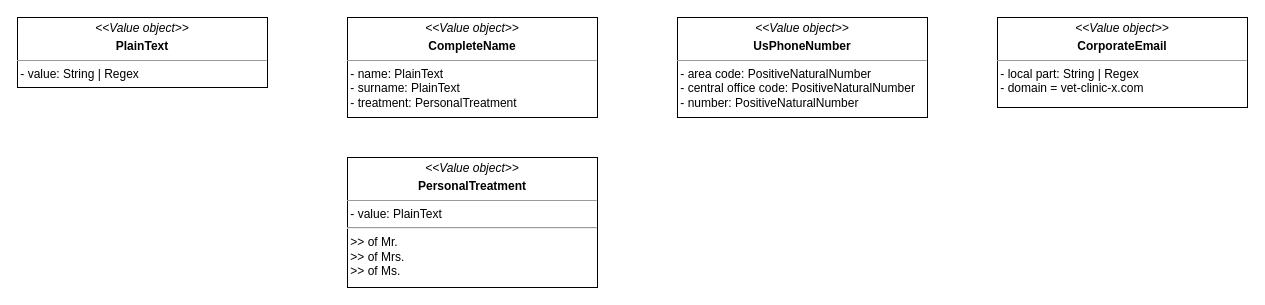
Earlier version of the draw.io diagram doc/peikcad-live_vet-clinic-x_shared-domain.drawio (peikcad-live/vet-clinic-x). Source tidied: cells renumbered, new cells numbered last; positions are measured from the earlier drawing's top-left corner, leaving out a move shared by most shapes. Both pictures are drawn from the tidied source at 100%, with x=0, y=0 at pixel (17, 17).
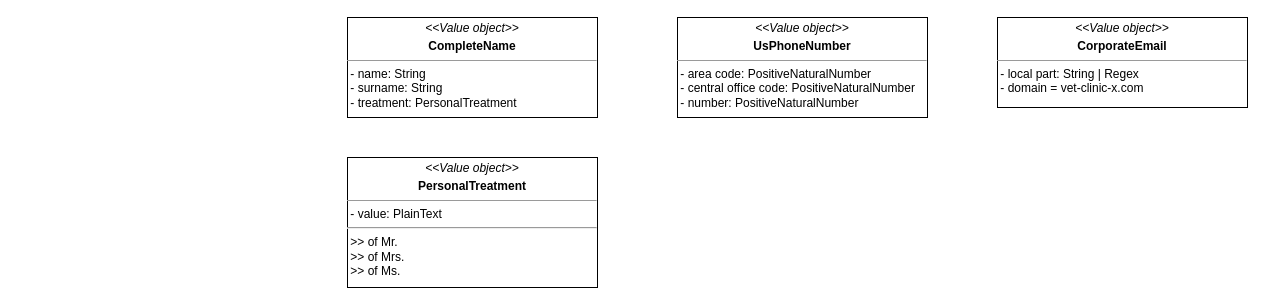
Above is the later version.

Diff of the diagram source:
```diff
@@
 <mxGraphModel>
   <root>
     <mxCell id="0" />
     <mxCell id="1" parent="0" />
-    <mxCell id="2" value="&lt;p style=&quot;margin:0px;margin-top:4px;text-align:center;&quot;&gt;&lt;i&gt;&amp;lt;&amp;lt;Value object&amp;gt;&amp;gt;&lt;/i&gt;&lt;/p&gt;&lt;p style=&quot;margin:0px;margin-top:4px;text-align:center;&quot;&gt;&lt;b&gt;CompleteName&lt;/b&gt;&lt;br&gt;&lt;/p&gt;&lt;hr size=&quot;1&quot;&gt;&lt;div&gt;&amp;nbsp;- name: PlainText&lt;/div&gt;&lt;div&gt;&amp;nbsp;- surname: PlainText&lt;/div&gt;&lt;div&gt;&amp;nbsp;- treatment: PersonalTreatment&lt;br&gt;&lt;/div&gt;" style="verticalAlign=top;align=left;overflow=fill;fontSize=12;fontFamily=Helvetica;html=1;whiteSpace=wrap;" parent="1" vertex="1">
+    <mxCell id="2" value="&lt;p style=&quot;margin:0px;margin-top:4px;text-align:center;&quot;&gt;&lt;i&gt;&amp;lt;&amp;lt;Value object&amp;gt;&amp;gt;&lt;/i&gt;&lt;/p&gt;&lt;p style=&quot;margin:0px;margin-top:4px;text-align:center;&quot;&gt;&lt;b&gt;CompleteName&lt;/b&gt;&lt;br&gt;&lt;/p&gt;&lt;hr size=&quot;1&quot;&gt;&lt;div&gt;&amp;nbsp;- name: String&lt;/div&gt;&lt;div&gt;&amp;nbsp;- surname: String&lt;/div&gt;&lt;div&gt;&amp;nbsp;- treatment: PersonalTreatment&lt;br&gt;&lt;/div&gt;" style="verticalAlign=top;align=left;overflow=fill;fontSize=12;fontFamily=Helvetica;html=1;whiteSpace=wrap;" parent="1" vertex="1">
       <mxGeometry x="330" width="250" height="100" as="geometry" />
     </mxCell>
     <mxCell id="3" value="&lt;p style=&quot;margin:0px;margin-top:4px;text-align:center;&quot;&gt;&lt;i&gt;&amp;lt;&amp;lt;Value object&amp;gt;&amp;gt;&lt;/i&gt;&lt;/p&gt;&lt;p style=&quot;margin:0px;margin-top:4px;text-align:center;&quot;&gt;&lt;b&gt;PersonalTreatment&lt;/b&gt;&lt;br&gt;&lt;/p&gt;&lt;hr size=&quot;1&quot;&gt;&lt;div&gt;&amp;nbsp;- value: PlainText&lt;/div&gt;&lt;div&gt;&lt;hr&gt;&amp;nbsp;&amp;gt;&amp;gt; of Mr.&lt;/div&gt;&lt;div&gt;&amp;nbsp;&amp;gt;&amp;gt; of Mrs.&lt;/div&gt;&lt;div&gt;&amp;nbsp;&amp;gt;&amp;gt; of Ms.&lt;br&gt;&lt;/div&gt;" style="verticalAlign=top;align=left;overflow=fill;fontSize=12;fontFamily=Helvetica;html=1;whiteSpace=wrap;" parent="1" vertex="1">
       <mxGeometry x="330" y="140" width="250" height="130" as="geometry" />
     </mxCell>
     <mxCell id="4" value="&lt;p style=&quot;margin:0px;margin-top:4px;text-align:center;&quot;&gt;&lt;i&gt;&amp;lt;&amp;lt;Value object&amp;gt;&amp;gt;&lt;/i&gt;&lt;/p&gt;&lt;p style=&quot;margin:0px;margin-top:4px;text-align:center;&quot;&gt;&lt;b&gt;UsPhoneNumber&lt;/b&gt;&lt;br&gt;&lt;/p&gt;&lt;hr size=&quot;1&quot;&gt;&lt;div&gt;&amp;nbsp;- area code: PositiveNaturalNumber&lt;/div&gt;&lt;div&gt;&amp;nbsp;- central office code: PositiveNaturalNumber&lt;/div&gt;&lt;div&gt;&amp;nbsp;- number: PositiveNaturalNumber&lt;/div&gt;" style="verticalAlign=top;align=left;overflow=fill;fontSize=12;fontFamily=Helvetica;html=1;whiteSpace=wrap;" parent="1" vertex="1">
       <mxGeometry x="660" width="250" height="100" as="geometry" />
     </mxCell>
     <mxCell id="5" value="&lt;p style=&quot;margin:0px;margin-top:4px;text-align:center;&quot;&gt;&lt;i&gt;&amp;lt;&amp;lt;Value object&amp;gt;&amp;gt;&lt;/i&gt;&lt;/p&gt;&lt;p style=&quot;margin:0px;margin-top:4px;text-align:center;&quot;&gt;&lt;b&gt;CorporateEmail&lt;/b&gt;&lt;br&gt;&lt;/p&gt;&lt;hr size=&quot;1&quot;&gt;&lt;div&gt;&amp;nbsp;- local part: String | Regex&lt;/div&gt;&lt;div&gt;&amp;nbsp;- domain = vet-clinic-x.com&lt;br&gt;&lt;/div&gt;" style="verticalAlign=top;align=left;overflow=fill;fontSize=12;fontFamily=Helvetica;html=1;whiteSpace=wrap;" parent="1" vertex="1">
       <mxGeometry x="980" width="250" height="90" as="geometry" />
     </mxCell>
-    <mxCell id="6" value="&lt;p style=&quot;margin:0px;margin-top:4px;text-align:center;&quot;&gt;&lt;i&gt;&amp;lt;&amp;lt;Value object&amp;gt;&amp;gt;&lt;/i&gt;&lt;/p&gt;&lt;p style=&quot;margin:0px;margin-top:4px;text-align:center;&quot;&gt;&lt;b&gt;PlainText&lt;/b&gt;&lt;br&gt;&lt;/p&gt;&lt;hr size=&quot;1&quot;&gt;&lt;div&gt;&amp;nbsp;- value: String | Regex&lt;/div&gt;" style="verticalAlign=top;align=left;overflow=fill;fontSize=12;fontFamily=Helvetica;html=1;whiteSpace=wrap;" parent="1" vertex="1">
-      <mxGeometry width="250" height="70" as="geometry" />
-    </mxCell>
   </root>
 </mxGraphModel>
```
